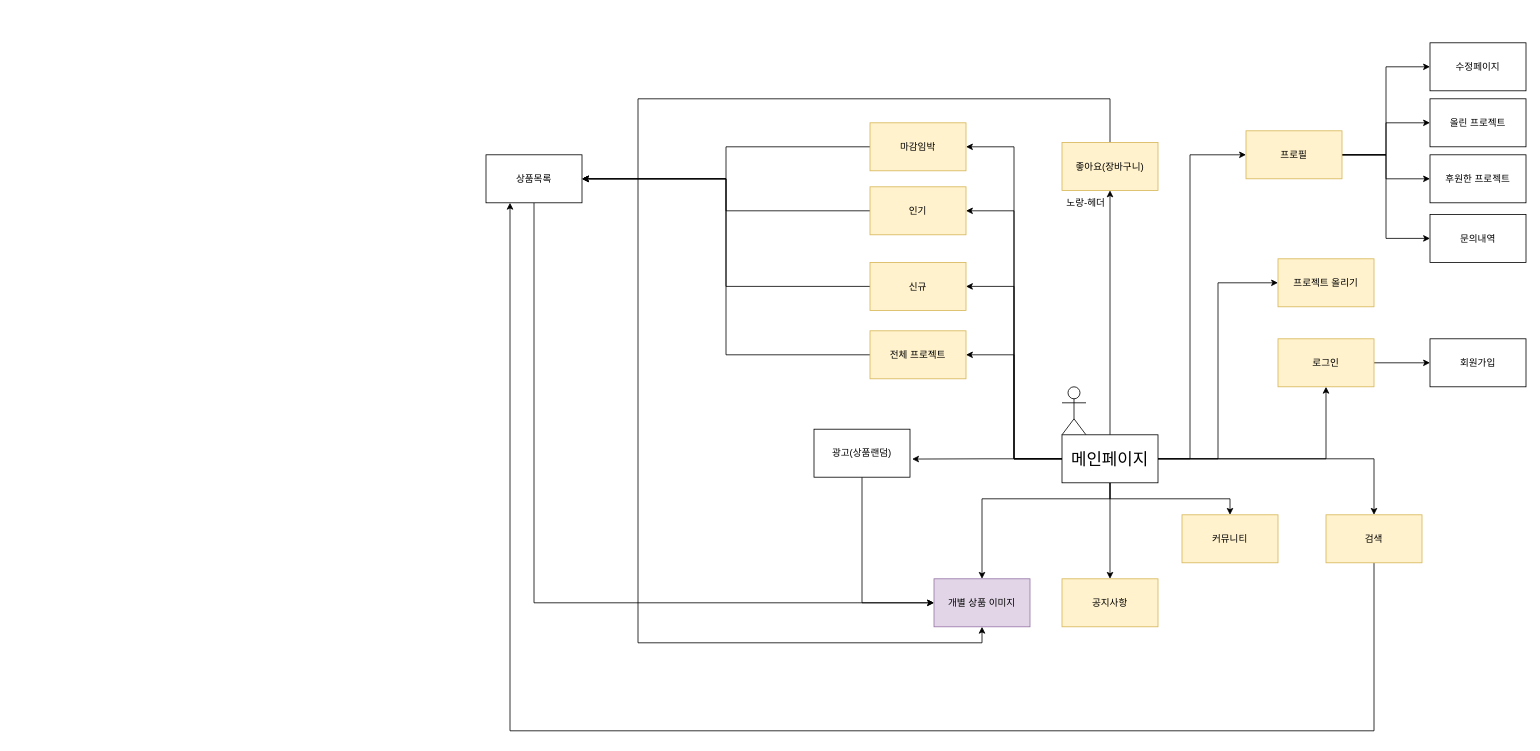
Earlier version of the draw.io diagram 제목 없는 다이어그램.drawio (1009god/kh-4team). Source tidied: cells renumbered, new cells numbered last; positions are measured from the earlier drawing's top-left corner, leaving out a move shared by most shapes. Both pictures are drawn from the tidied source at 80%, with x=0, y=0 at pixel (486, 42).
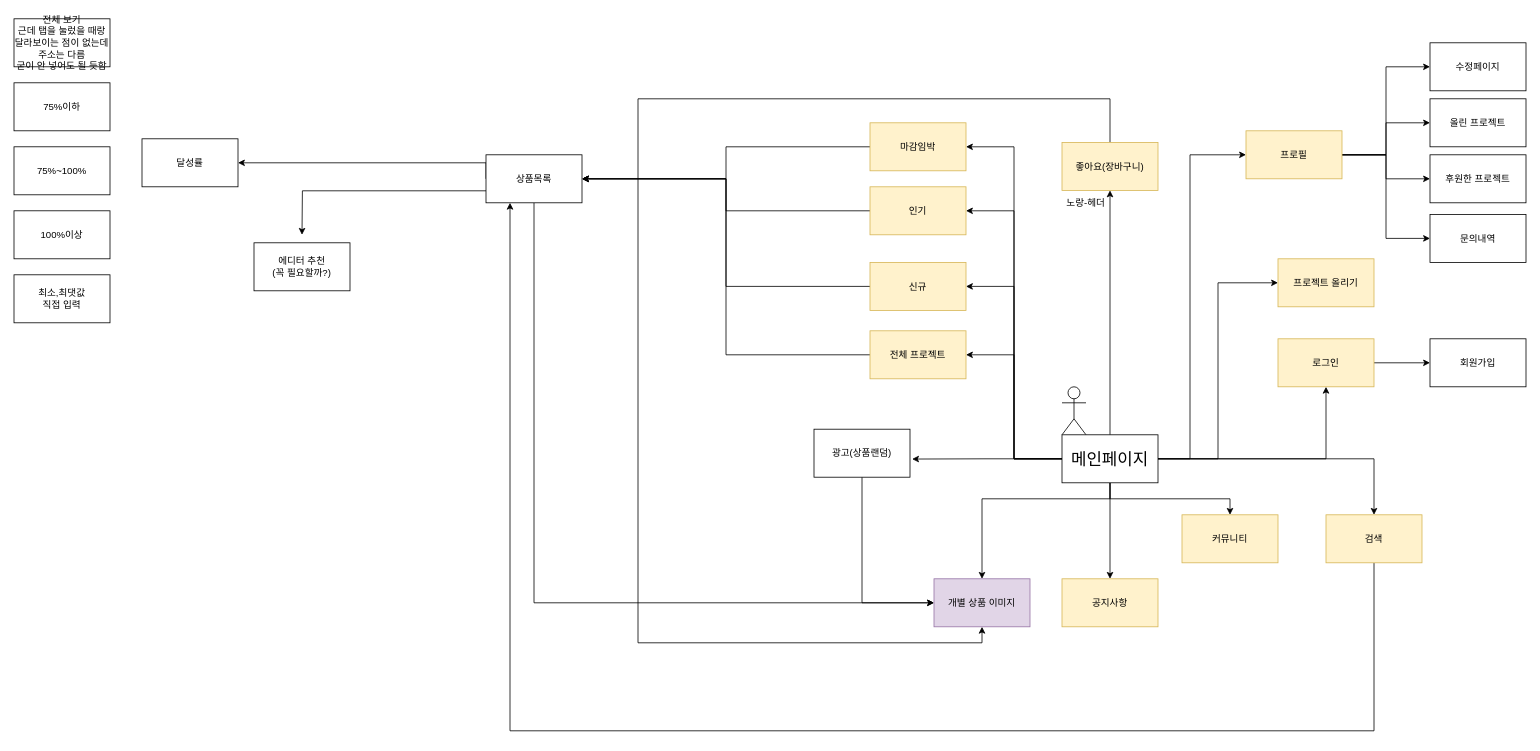
The same page after the edit.

The change refers to these unchanged cells:
```xml
<mxCell id="49" value="상품목록" style="rounded=0;whiteSpace=wrap;html=1;" parent="1" vertex="1">
  <mxGeometry y="140" width="120" height="60" as="geometry" />
</mxCell>
```

The edit, as a diff of the source:
```diff
@@
+    <mxCell id="50" style="edgeStyle=orthogonalEdgeStyle;rounded=0;jettySize=auto;html=1;exitX=0;exitY=0.5;exitDx=0;exitDy=0;entryX=1;entryY=0.5;entryDx=0;entryDy=0;" parent="1" edge="1" source="49" target="52">
+      <mxGeometry relative="1" as="geometry">
+        <Array as="points">
+          <mxPoint y="150" />
+        </Array>
+      </mxGeometry>
+    </mxCell>
+    <mxCell id="51" style="edgeStyle=orthogonalEdgeStyle;rounded=0;jettySize=auto;html=1;exitX=0;exitY=0.75;exitDx=0;exitDy=0;" parent="1" edge="1" source="49">
+      <mxGeometry relative="1" as="geometry">
+        <mxPoint x="-230" y="240" as="targetPoint" />
+      </mxGeometry>
+    </mxCell>
@@
+    <mxCell id="52" value="달성률" style="rounded=0;whiteSpace=wrap;html=1;" parent="1" vertex="1">
+      <mxGeometry x="-430" y="120" width="120" height="60" as="geometry" />
+    </mxCell>
+    <mxCell id="53" value="전체 보기&lt;br&gt;근데 탭을 눌렀을 때랑 달라보이는 점이 없는데 주소는 다름&lt;br&gt;굳이 안 넣어도 될 듯함" style="rounded=0;whiteSpace=wrap;html=1;" parent="1" vertex="1">
+      <mxGeometry x="-590" y="-30" width="120" height="60" as="geometry" />
+    </mxCell>
+    <mxCell id="54" value="75%이하" style="rounded=0;whiteSpace=wrap;html=1;" parent="1" vertex="1">
+      <mxGeometry x="-590" y="50" width="120" height="60" as="geometry" />
+    </mxCell>
+    <mxCell id="55" value="75%~100%" style="rounded=0;whiteSpace=wrap;html=1;" parent="1" vertex="1">
+      <mxGeometry x="-590" y="130" width="120" height="60" as="geometry" />
+    </mxCell>
+    <mxCell id="56" value="100%이상" style="rounded=0;whiteSpace=wrap;html=1;" parent="1" vertex="1">
+      <mxGeometry x="-590" y="210" width="120" height="60" as="geometry" />
+    </mxCell>
+    <mxCell id="57" value="최소,최댓값 &lt;br&gt;직접 입력" style="rounded=0;whiteSpace=wrap;html=1;" parent="1" vertex="1">
+      <mxGeometry x="-590" y="290" width="120" height="60" as="geometry" />
+    </mxCell>
+    <mxCell id="58" value="에디터 추천&lt;br&gt;(꼭 필요할까?)" style="rounded=0;whiteSpace=wrap;html=1;" parent="1" vertex="1">
+      <mxGeometry x="-290" y="250" width="120" height="60" as="geometry" />
+    </mxCell>
```
